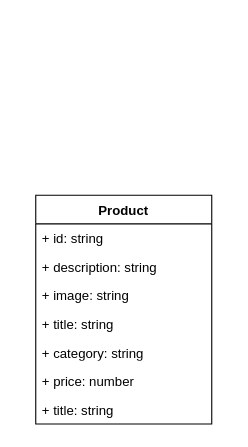
Kirill22012002/web-larek keeps this draw.io diagram as web-larek.drawio. Above is the earlier version. Source tidied: cells renumbered, new cells numbered last; positions are measured from the earlier drawing's top-left corner, leaving out a move shared by most shapes. Both pictures are drawn from the tidied source at 110%, with x=0, y=0 at pixel (35, 195).
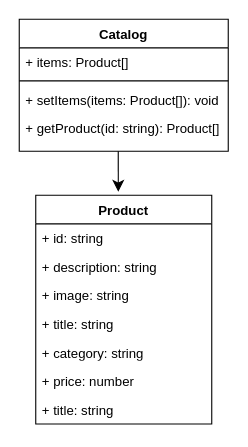
The same diagram, later.

The edit, as a diff of the source:
```diff
@@
 <mxGraphModel>
   <root>
     <mxCell id="0" />
     <mxCell id="1" parent="0" />
     <mxCell id="2" value="Product" style="swimlane;fontStyle=1;align=center;verticalAlign=top;horizontal=1;startSize=26;whiteSpace=wrap;html=1;" parent="1" vertex="1">
       <mxGeometry width="160" height="208" as="geometry" />
     </mxCell>
     <mxCell id="3" value="+ id: string" style="text;strokeColor=none;fillColor=none;align=left;verticalAlign=top;spacingLeft=4;spacingRight=4;overflow=hidden;whiteSpace=wrap;html=1;" parent="2" vertex="1">
       <mxGeometry y="26" width="160" height="26" as="geometry" />
     </mxCell>
     <mxCell id="4" value="+ description: string" style="text;strokeColor=none;fillColor=none;align=left;verticalAlign=top;spacingLeft=4;spacingRight=4;overflow=hidden;whiteSpace=wrap;html=1;" parent="2" vertex="1">
       <mxGeometry y="52" width="160" height="26" as="geometry" />
     </mxCell>
     <mxCell id="5" value="+ image: string" style="text;strokeColor=none;fillColor=none;align=left;verticalAlign=top;spacingLeft=4;spacingRight=4;overflow=hidden;whiteSpace=wrap;html=1;" parent="2" vertex="1">
       <mxGeometry y="78" width="160" height="26" as="geometry" />
     </mxCell>
     <mxCell id="6" value="+ title: string" style="text;strokeColor=none;fillColor=none;align=left;verticalAlign=top;spacingLeft=4;spacingRight=4;overflow=hidden;whiteSpace=wrap;html=1;" parent="2" vertex="1">
       <mxGeometry y="104" width="160" height="26" as="geometry" />
     </mxCell>
     <mxCell id="7" value="+ category: string" style="text;strokeColor=none;fillColor=none;align=left;verticalAlign=top;spacingLeft=4;spacingRight=4;overflow=hidden;whiteSpace=wrap;html=1;" parent="2" vertex="1">
       <mxGeometry y="130" width="160" height="26" as="geometry" />
     </mxCell>
     <mxCell id="8" value="+ price: number" style="text;strokeColor=none;fillColor=none;align=left;verticalAlign=top;spacingLeft=4;spacingRight=4;overflow=hidden;whiteSpace=wrap;html=1;" parent="2" vertex="1">
       <mxGeometry y="156" width="160" height="26" as="geometry" />
     </mxCell>
     <mxCell id="9" value="+ title: string" style="text;strokeColor=none;fillColor=none;align=left;verticalAlign=top;spacingLeft=4;spacingRight=4;overflow=hidden;whiteSpace=wrap;html=1;" parent="2" vertex="1">
       <mxGeometry y="182" width="160" height="26" as="geometry" />
     </mxCell>
+    <mxCell id="10" value="Catalog" style="swimlane;fontStyle=1;align=center;verticalAlign=top;horizontal=1;startSize=26;whiteSpace=wrap;html=1;" parent="1" vertex="1">
+      <mxGeometry x="-15" y="-160" width="190" height="120" as="geometry" />
+    </mxCell>
+    <mxCell id="11" value="+ items: Product[]" style="text;strokeColor=none;fillColor=none;align=left;verticalAlign=top;spacingLeft=4;spacingRight=4;overflow=hidden;whiteSpace=wrap;html=1;" parent="10" vertex="1">
+      <mxGeometry y="26" width="190" height="26" as="geometry" />
+    </mxCell>
+    <mxCell id="12" style="line;strokeWidth=1;fillColor=none;align=left;verticalAlign=middle;spacingTop=-1;spacingLeft=3;spacingRight=3;labelPosition=right;strokeColor=inherit;" parent="10" vertex="1">
+      <mxGeometry y="52" width="190" height="8" as="geometry" />
+    </mxCell>
+    <mxCell id="13" value="+ setItems(items: Product[]): void" style="text;strokeColor=none;fillColor=none;align=left;verticalAlign=top;spacingLeft=4;spacingRight=4;overflow=hidden;whiteSpace=wrap;html=1;" parent="10" vertex="1">
+      <mxGeometry y="60" width="190" height="26" as="geometry" />
+    </mxCell>
+    <mxCell id="14" style="endArrow=classic;html=1;rounded=0;fontSize=12;startSize=8;endSize=8;curved=1;entryX=0.469;entryY=-0.015;entryDx=0;entryDy=0;entryPerimeter=0;" parent="10" edge="1" target="2">
+      <mxGeometry relative="1" as="geometry">
+        <mxPoint x="90" y="120" as="sourcePoint" />
+      </mxGeometry>
+    </mxCell>
+    <mxCell id="15" value="+ getProduct(id: string): Product[]" style="text;strokeColor=none;fillColor=none;align=left;verticalAlign=top;spacingLeft=4;spacingRight=4;overflow=hidden;whiteSpace=wrap;html=1;" parent="10" vertex="1">
+      <mxGeometry y="86" width="190" height="34" as="geometry" />
+    </mxCell>
   </root>
 </mxGraphModel>
```
